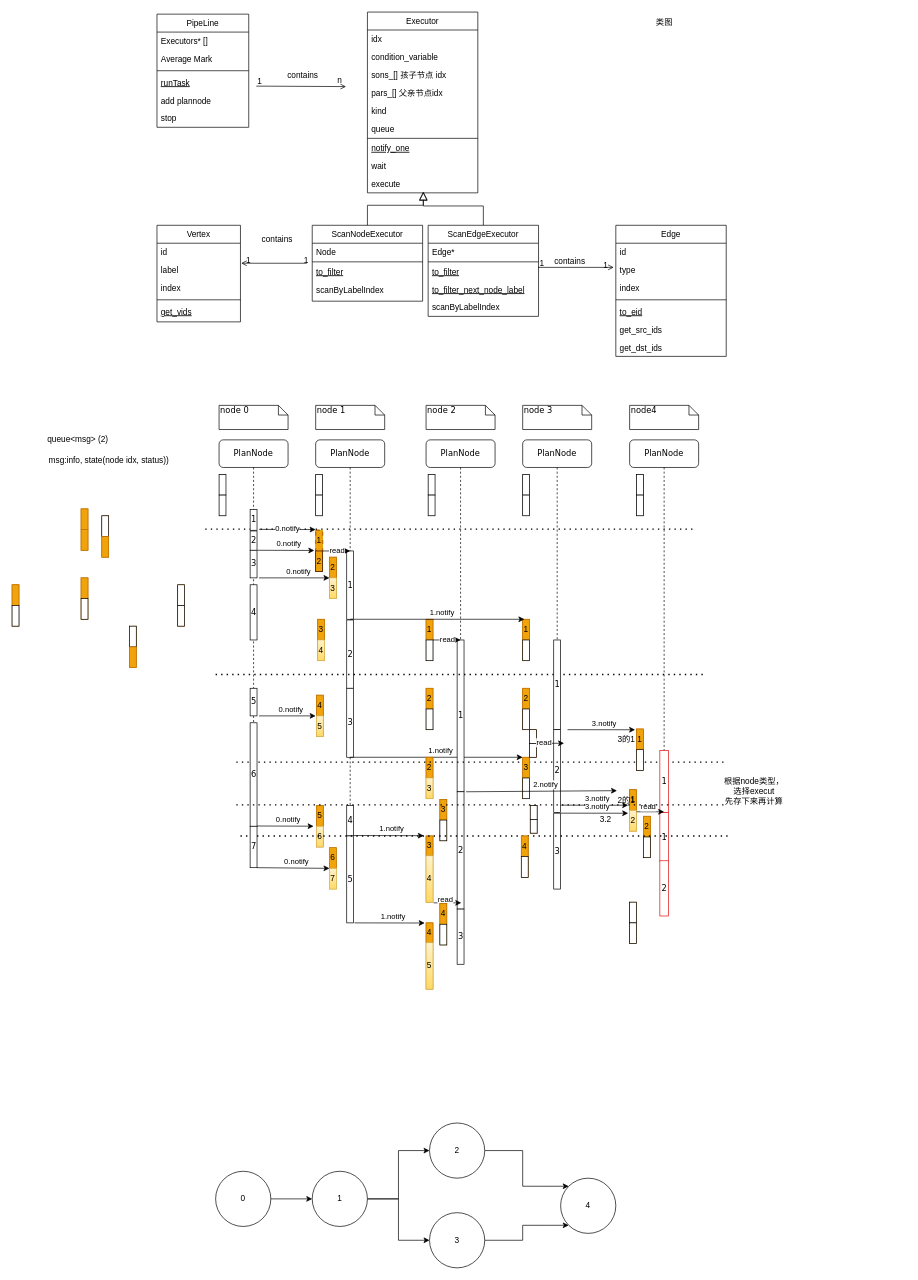
Before: pipeline类图.drawio in abasi20/drawio, a draw.io diagram. Source tidied: cells renumbered, new cells numbered last; positions are measured from the earlier drawing's top-left corner, leaving out a move shared by most shapes. Both pictures are drawn from the tidied source at 69%, with x=0, y=0 at pixel (12, 12).
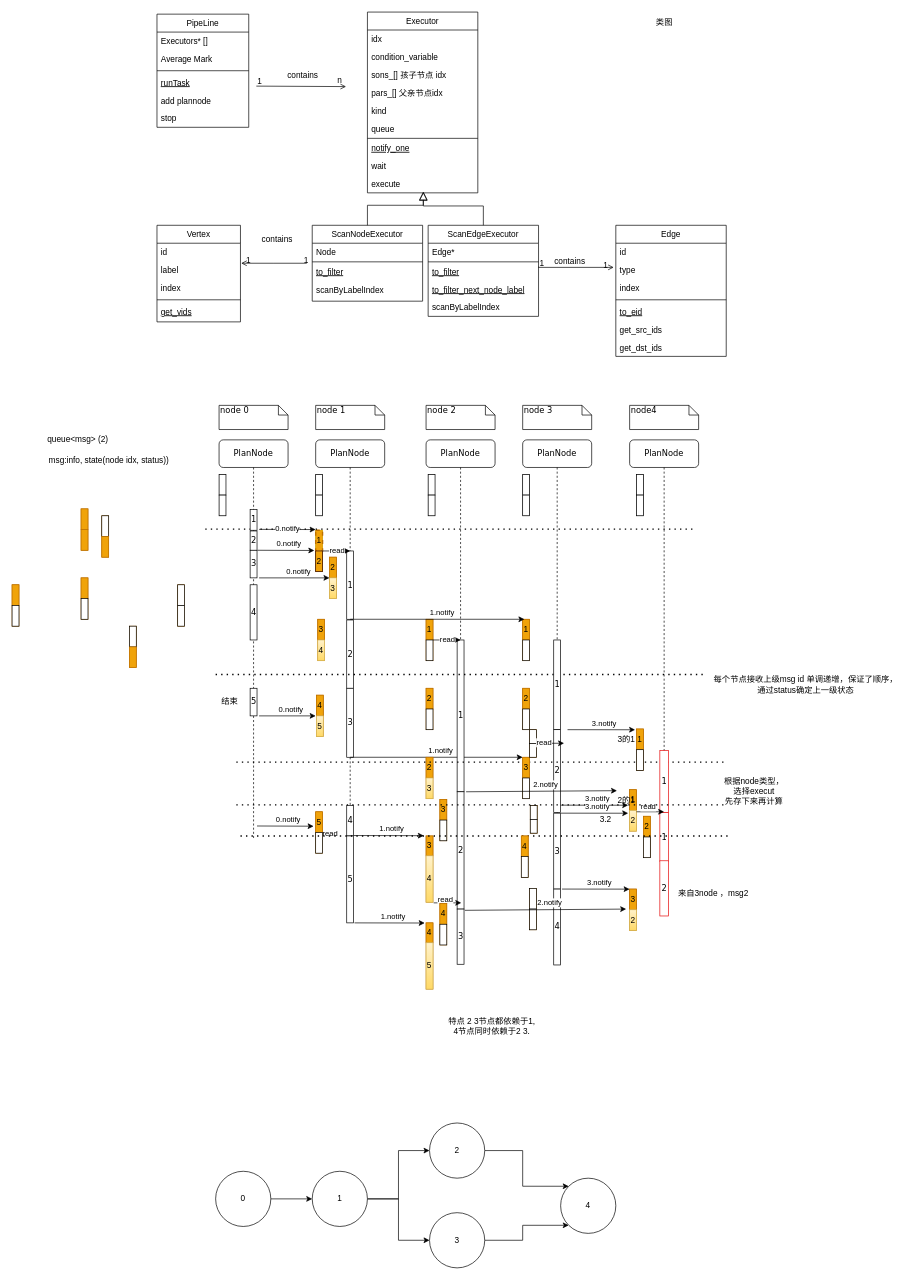
The same diagram, later.

The change refers to these unchanged cells:
```xml
<mxCell id="59" value="PlanNode" style="shape=umlLifeline;perimeter=lifelinePerimeter;whiteSpace=wrap;html=1;rounded=1;shadow=0;comic=0;labelBackgroundColor=none;strokeWidth=1;fontFamily=Verdana;fontSize=12;align=center;" parent="1" vertex="1">
  <mxGeometry x="440" y="620" width="100" height="700" as="geometry" />
</mxCell>
<mxCell id="156" value="PlanNode" style="shape=umlLifeline;perimeter=lifelinePerimeter;whiteSpace=wrap;html=1;rounded=1;shadow=0;comic=0;labelBackgroundColor=none;strokeWidth=1;fontFamily=Verdana;fontSize=12;align=center;" parent="1" vertex="1">
  <mxGeometry x="300" y="620" width="100" height="580" as="geometry" />
</mxCell>
```

Change to the diagram source:
```diff
@@
-    <mxCell id="84" style="group;fillColor=#f0a30a;fontColor=#000000;strokeColor=#BD7000;" parent="59" vertex="1">
-      <mxGeometry x="1" y="530" width="10" height="60" as="geometry" />
-    </mxCell>
+    <mxCell id="87" value="5" style="html=1;perimeter=orthogonalPerimeter;rounded=0;shadow=0;comic=0;labelBackgroundColor=none;strokeWidth=1;fontFamily=Verdana;fontSize=12;align=center;" parent="59" vertex="1">
+      <mxGeometry x="45" y="574" width="10" height="126" as="geometry" />
+    </mxCell>
+    <mxCell id="253" value="read" style="edgeLabel;html=1;align=center;verticalAlign=middle;" parent="59" vertex="1">
+      <mxGeometry x="20" y="570" as="geometry" />
+    </mxCell>
+    <mxCell id="254" style="group;fillColor=#f0a30a;fontColor=#000000;strokeColor=#BD7000;" parent="59" vertex="1">
+      <mxGeometry y="539" width="10" height="60" as="geometry" />
+    </mxCell>
-    <mxCell id="85" value="5" style="rounded=0;whiteSpace=wrap;html=1;fillColor=#f0a30a;fontColor=#000000;strokeColor=#BD7000;" parent="84" vertex="1">
+    <mxCell id="85" value="5" style="rounded=0;whiteSpace=wrap;html=1;fillColor=#f0a30a;fontColor=#000000;strokeColor=#BD7000;" parent="254" vertex="1">
       <mxGeometry width="10" height="30" as="geometry" />
     </mxCell>
-    <mxCell id="86" value="6" style="rounded=0;whiteSpace=wrap;html=1;fillColor=#fff2cc;gradientColor=#ffd966;strokeColor=#d6b656;" parent="84" vertex="1">
-      <mxGeometry y="30" width="10" height="30" as="geometry" />
-    </mxCell>
-    <mxCell id="87" value="5" style="html=1;perimeter=orthogonalPerimeter;rounded=0;shadow=0;comic=0;labelBackgroundColor=none;strokeWidth=1;fontFamily=Verdana;fontSize=12;align=center;" parent="59" vertex="1">
-      <mxGeometry x="45" y="574" width="10" height="126" as="geometry" />
-    </mxCell>
+    <mxCell id="255" style="rounded=0;whiteSpace=wrap;html=1;" parent="254" vertex="1">
+      <mxGeometry y="30" width="10" height="30" as="geometry" />
+    </mxCell>
@@
-    <mxCell id="165" value="6" style="html=1;perimeter=orthogonalPerimeter;rounded=0;shadow=0;comic=0;labelBackgroundColor=none;strokeWidth=1;fontFamily=Verdana;fontSize=12;align=center;" parent="156" vertex="1">
-      <mxGeometry x="45" y="410" width="10" height="150" as="geometry" />
-    </mxCell>
+    <mxCell id="256" value="结束" style="text;html=1;align=center;verticalAlign=middle;strokeColor=none;fillColor=none;" parent="156" vertex="1">
+      <mxGeometry x="-10" y="365" width="50" height="30" as="geometry" />
+    </mxCell>
@@
     <mxCell id="230" style="group;fillColor=#f0a30a;fontColor=#000000;strokeColor=#BD7000;" parent="1" vertex="1">
-      <mxGeometry x="895" y="1290" width="10" height="60" as="geometry" />
+      <mxGeometry x="750" y="1270" width="10" height="60" as="geometry" />
     </mxCell>
@@
-    <mxCell id="233" style="group;fillColor=#fff2cc;strokeColor=#d6b656;gradientColor=#ffd966;" parent="1" vertex="1">
-      <mxGeometry x="460" y="1211" width="10" height="60" as="geometry" />
-    </mxCell>
-    <mxCell id="234" value="6" style="rounded=0;whiteSpace=wrap;html=1;fillColor=#f0a30a;fontColor=#000000;strokeColor=#BD7000;" parent="233" vertex="1">
-      <mxGeometry width="10" height="30" as="geometry" />
-    </mxCell>
-    <mxCell id="235" value="7" style="rounded=0;whiteSpace=wrap;html=1;fillColor=#fff2cc;gradientColor=#ffd966;strokeColor=#d6b656;" parent="233" vertex="1">
-      <mxGeometry y="30" width="10" height="30" as="geometry" />
-    </mxCell>
-    <mxCell id="236" value="7" style="html=1;perimeter=orthogonalPerimeter;rounded=0;shadow=0;comic=0;labelBackgroundColor=none;strokeWidth=1;fontFamily=Verdana;fontSize=12;align=center;" parent="1" vertex="1">
-      <mxGeometry x="345" y="1180" width="10" height="60" as="geometry" />
-    </mxCell>
-    <mxCell id="237" style="endArrow=classic;html=1;rounded=0;exitX=0.8;exitY=0.975;exitDx=0;exitDy=0;exitPerimeter=0;entryX=0;entryY=1;entryDx=0;entryDy=0;" parent="1" edge="1" target="234">
-      <mxGeometry relative="1" as="geometry">
-        <mxPoint x="355" y="1240" as="sourcePoint" />
-      </mxGeometry>
-    </mxCell>
-    <mxCell id="238" value="0.notify" style="edgeLabel;html=1;align=center;verticalAlign=middle;" parent="237" vertex="1">
-      <mxGeometry x="0.01" y="-2" relative="1" as="geometry">
-        <mxPoint x="4" y="-12" as="offset" />
-      </mxGeometry>
-    </mxCell>
@@
+    <mxCell id="257" value="4" style="html=1;perimeter=orthogonalPerimeter;rounded=0;shadow=0;comic=0;labelBackgroundColor=none;strokeWidth=1;fontFamily=Verdana;fontSize=12;align=center;" parent="1" vertex="1">
+      <mxGeometry x="785" y="1271" width="10" height="110" as="geometry" />
+    </mxCell>
+    <mxCell id="258" style="group;fillColor=#f0a30a;fontColor=#000000;strokeColor=#BD7000;" parent="1" vertex="1">
+      <mxGeometry x="895" y="1271" width="10" height="60" as="geometry" />
+    </mxCell>
+    <mxCell id="259" value="3" style="rounded=0;whiteSpace=wrap;html=1;fillColor=#f0a30a;fontColor=#000000;strokeColor=#BD7000;" parent="258" vertex="1">
+      <mxGeometry width="10" height="30" as="geometry" />
+    </mxCell>
+    <mxCell id="260" value="2" style="rounded=0;whiteSpace=wrap;html=1;fillColor=#fff2cc;gradientColor=#ffd966;strokeColor=#d6b656;" parent="258" vertex="1">
+      <mxGeometry y="30" width="10" height="30" as="geometry" />
+    </mxCell>
+    <mxCell id="261" style="endArrow=classic;html=1;rounded=0;exitX=0.8;exitY=0.975;exitDx=0;exitDy=0;exitPerimeter=0;entryX=0.758;entryY=0.004;entryDx=0;entryDy=0;entryPerimeter=0;" parent="1" edge="1">
+      <mxGeometry relative="1" as="geometry">
+        <mxPoint x="797.1" y="1271" as="sourcePoint" />
+        <mxPoint x="895" y="1271.1" as="targetPoint" />
+      </mxGeometry>
+    </mxCell>
+    <mxCell id="262" value="3.notify" style="edgeLabel;html=1;align=center;verticalAlign=middle;" parent="261" vertex="1">
+      <mxGeometry x="0.01" y="-2" relative="1" as="geometry">
+        <mxPoint x="4" y="-12" as="offset" />
+      </mxGeometry>
+    </mxCell>
+    <mxCell id="263" style="endArrow=classic;html=1;rounded=0;" parent="1" edge="1">
+      <mxGeometry relative="1" as="geometry">
+        <mxPoint x="656.2" y="1301.8" as="sourcePoint" />
+        <mxPoint x="890" y="1300" as="targetPoint" />
+      </mxGeometry>
+    </mxCell>
+    <mxCell id="264" value="2.notify" style="edgeLabel;html=1;align=center;verticalAlign=middle;" parent="263" vertex="1">
+      <mxGeometry x="0.01" y="-2" relative="1" as="geometry">
+        <mxPoint x="4" y="-12" as="offset" />
+      </mxGeometry>
+    </mxCell>
+    <mxCell id="265" value="每个节点接收上级msg id 单调递增，保证了顺序，&lt;br&gt;通过status确定上一级状态" style="text;html=1;align=center;verticalAlign=middle;strokeColor=none;fillColor=none;fillStyle=solid;strokeWidth=2;" parent="1" vertex="1">
+      <mxGeometry x="1005" y="955" width="290" height="40" as="geometry" />
+    </mxCell>
+    <mxCell id="266" value="来自3node ，msg2" style="text;html=1;align=center;verticalAlign=middle;strokeColor=none;fillColor=none;" parent="1" vertex="1">
+      <mxGeometry x="951.2" y="1262" width="130" height="30" as="geometry" />
+    </mxCell>
+    <mxCell id="267" value="特点 2 3节点都依赖于1, &lt;br&gt;4节点同时依赖于2 3." style="text;html=1;align=center;verticalAlign=middle;strokeColor=none;fillColor=none;" parent="1" vertex="1">
+      <mxGeometry x="620" y="1450" width="150" height="40" as="geometry" />
+    </mxCell>
```
